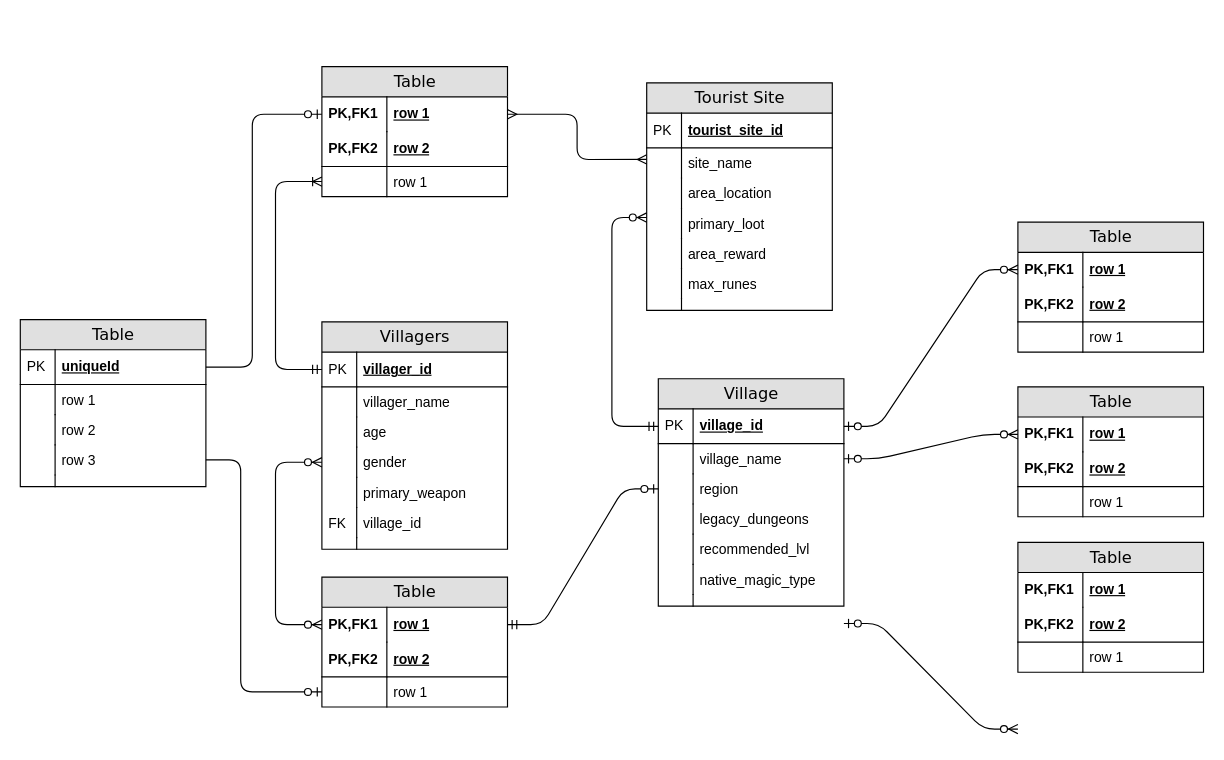
patrickabrena/sql-assignment-3 keeps this draw.io diagram as ELDEN RING ERD.drawio. Above is the earlier version. Source tidied: cells renumbered, new cells numbered last; positions are measured from the earlier drawing's top-left corner, leaving out a move shared by most shapes. Both pictures are drawn from the tidied source at 116%, with x=0, y=0 at pixel (20, 66).
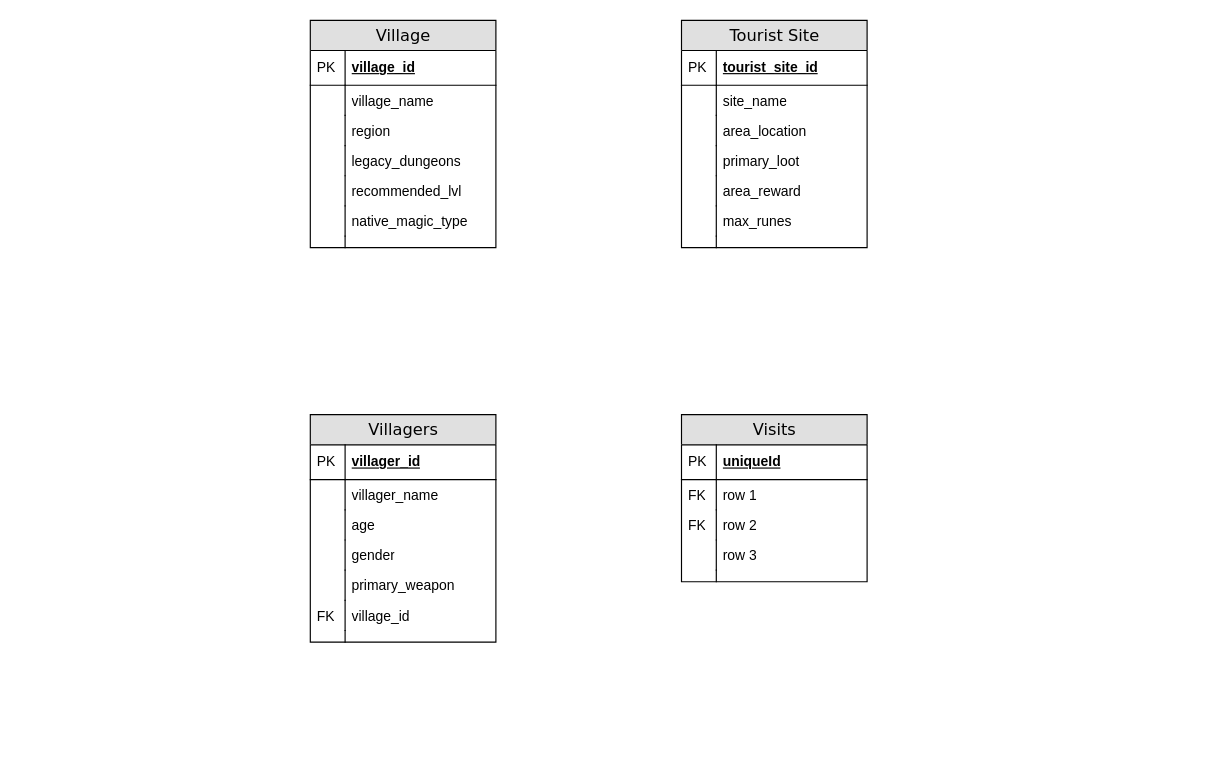
The same page after the edit.

Commit message:
remove the clutter and narrow down to 4 tables

Unchanged cells that the change refers to:
```xml
<mxCell id="12" value="site_name" style="shape=partialRectangle;top=0;left=0;right=0;bottom=0;html=1;align=left;verticalAlign=top;fillColor=none;spacingLeft=34;spacingRight=4;whiteSpace=wrap;overflow=hidden;points=[[0,0.5],[1,0.5]];portConstraint=eastwest;" parent="9" vertex="1">
  <mxGeometry y="56" width="160" height="26" as="geometry" />
</mxCell>
<mxCell id="16" value="primary_loot" style="shape=partialRectangle;top=0;left=0;right=0;bottom=0;html=1;align=left;verticalAlign=top;fillColor=none;spacingLeft=34;spacingRight=4;whiteSpace=wrap;overflow=hidden;points=[[0,0.5],[1,0.5]];portConstraint=eastwest;" parent="9" vertex="1">
  <mxGeometry y="108" width="160" height="26" as="geometry" />
</mxCell>
<mxCell id="25" value="villager_id" style="shape=partialRectangle;top=0;left=0;right=0;bottom=1;html=1;align=left;verticalAlign=middle;fillColor=none;spacingLeft=34;spacingRight=4;whiteSpace=wrap;overflow=hidden;points=[[0,0.5],[1,0.5]];portConstraint=eastwest;fontStyle=5;" parent="24" vertex="1">
  <mxGeometry y="26" width="160" height="30" as="geometry" />
</mxCell>
<mxCell id="31" value="gender" style="shape=partialRectangle;top=0;left=0;right=0;bottom=0;html=1;align=left;verticalAlign=top;fillColor=none;spacingLeft=34;spacingRight=4;whiteSpace=wrap;overflow=hidden;points=[[0,0.5],[1,0.5]];portConstraint=eastwest;" parent="24" vertex="1">
  <mxGeometry y="108" width="160" height="26" as="geometry" />
</mxCell>
<mxCell id="40" value="village_id" style="shape=partialRectangle;top=0;left=0;right=0;bottom=1;html=1;align=left;verticalAlign=middle;fillColor=none;spacingLeft=34;spacingRight=4;whiteSpace=wrap;overflow=hidden;points=[[0,0.5],[1,0.5]];portConstraint=eastwest;fontStyle=5;" parent="39" vertex="1">
  <mxGeometry y="26" width="160" height="30" as="geometry" />
</mxCell>
<mxCell id="42" value="village_name" style="shape=partialRectangle;top=0;left=0;right=0;bottom=0;html=1;align=left;verticalAlign=top;fillColor=none;spacingLeft=34;spacingRight=4;whiteSpace=wrap;overflow=hidden;points=[[0,0.5],[1,0.5]];portConstraint=eastwest;" parent="39" vertex="1">
  <mxGeometry y="56" width="160" height="26" as="geometry" />
</mxCell>
<mxCell id="44" value="region" style="shape=partialRectangle;top=0;left=0;right=0;bottom=0;html=1;align=left;verticalAlign=top;fillColor=none;spacingLeft=34;spacingRight=4;whiteSpace=wrap;overflow=hidden;points=[[0,0.5],[1,0.5]];portConstraint=eastwest;" parent="39" vertex="1">
  <mxGeometry y="82" width="160" height="26" as="geometry" />
</mxCell>
<mxCell id="91" value="uniqueId" style="shape=partialRectangle;top=0;left=0;right=0;bottom=1;html=1;align=left;verticalAlign=middle;fillColor=none;spacingLeft=34;spacingRight=4;whiteSpace=wrap;overflow=hidden;points=[[0,0.5],[1,0.5]];portConstraint=eastwest;fontStyle=5;" parent="90" vertex="1">
  <mxGeometry y="26" width="160" height="30" as="geometry" />
</mxCell>
<mxCell id="93" value="row 1" style="shape=partialRectangle;top=0;left=0;right=0;bottom=0;html=1;align=left;verticalAlign=top;fillColor=none;spacingLeft=34;spacingRight=4;whiteSpace=wrap;overflow=hidden;" parent="90" vertex="1">
  <mxGeometry y="56" width="160" height="26" as="geometry" />
</mxCell>
<mxCell id="95" value="row 2" style="shape=partialRectangle;top=0;left=0;right=0;bottom=0;html=1;align=left;verticalAlign=top;fillColor=none;spacingLeft=34;spacingRight=4;whiteSpace=wrap;overflow=hidden;" parent="90" vertex="1">
  <mxGeometry y="82" width="160" height="26" as="geometry" />
</mxCell>
<mxCell id="97" value="row 3" style="shape=partialRectangle;top=0;left=0;right=0;bottom=0;html=1;align=left;verticalAlign=top;fillColor=none;spacingLeft=34;spacingRight=4;whiteSpace=wrap;overflow=hidden;points=[[0,0.5],[1,0.5]];portConstraint=eastwest;" parent="90" vertex="1">
  <mxGeometry y="108" width="160" height="26" as="geometry" />
</mxCell>
```

Diff of the diagram source:
```diff
@@
-    <mxCell id="2" value="Table" style="swimlane;html=1;fontStyle=0;horizontal=1;startSize=26;fillColor=#e0e0e0;swimlaneFillColor=#ffffff;align=center;rounded=0;shadow=0;comic=0;labelBackgroundColor=none;strokeWidth=1;fontFamily=Verdana;fontSize=14;" parent="1" vertex="1">
-      <mxGeometry x="260" width="160" height="112" as="geometry" />
-    </mxCell>
-    <mxCell id="3" value="row 1" style="shape=partialRectangle;top=0;left=0;right=0;bottom=0;html=1;align=left;verticalAlign=middle;fillColor=none;spacingLeft=60;spacingRight=4;whiteSpace=wrap;overflow=hidden;points=[[0,0.5],[1,0.5]];portConstraint=eastwest;fontStyle=5;" parent="2" vertex="1">
-      <mxGeometry y="26" width="160" height="30" as="geometry" />
-    </mxCell>
-    <mxCell id="4" value="PK,FK1" style="shape=partialRectangle;fontStyle=1;top=0;left=0;bottom=0;html=1;fillColor=none;align=left;verticalAlign=middle;spacingLeft=4;spacingRight=4;whiteSpace=wrap;overflow=hidden;" parent="3" vertex="1">
-      <mxGeometry width="56" height="30" as="geometry" />
-    </mxCell>
-    <mxCell id="5" value="row 2" style="shape=partialRectangle;top=0;left=0;right=0;bottom=1;html=1;align=left;verticalAlign=middle;fillColor=none;spacingLeft=60;spacingRight=4;whiteSpace=wrap;overflow=hidden;fontStyle=5;" parent="2" vertex="1">
-      <mxGeometry y="56" width="160" height="30" as="geometry" />
-    </mxCell>
-    <mxCell id="6" value="PK,FK2" style="shape=partialRectangle;fontStyle=1;top=0;left=0;bottom=0;html=1;fillColor=none;align=left;verticalAlign=middle;spacingLeft=4;spacingRight=4;whiteSpace=wrap;overflow=hidden;" parent="5" vertex="1">
-      <mxGeometry width="56" height="30" as="geometry" />
-    </mxCell>
-    <mxCell id="7" value="row 1" style="shape=partialRectangle;top=0;left=0;right=0;bottom=0;html=1;align=left;verticalAlign=top;fillColor=none;spacingLeft=60;spacingRight=4;whiteSpace=wrap;overflow=hidden;points=[[0,0.5],[1,0.5]];portConstraint=eastwest;" parent="2" vertex="1">
-      <mxGeometry y="86" width="160" height="26" as="geometry" />
-    </mxCell>
-    <mxCell id="8" style="shape=partialRectangle;top=0;left=0;bottom=0;html=1;fillColor=none;align=left;verticalAlign=top;spacingLeft=4;spacingRight=4;whiteSpace=wrap;overflow=hidden;" parent="7" vertex="1">
-      <mxGeometry width="56" height="26" as="geometry" />
-    </mxCell>
     <mxCell id="9" value="Tourist Site" style="swimlane;html=1;fontStyle=0;horizontal=1;startSize=26;fillColor=#e0e0e0;swimlaneFillColor=#ffffff;align=center;rounded=0;shadow=0;comic=0;labelBackgroundColor=none;strokeWidth=1;fontFamily=Verdana;fontSize=14;swimlaneLine=1;" parent="1" vertex="1">
-      <mxGeometry x="540" y="14" width="160" height="196" as="geometry" />
+      <mxGeometry x="570" y="-40" width="160" height="196" as="geometry" />
     </mxCell>
@@
     <mxCell id="24" value="Villagers" style="swimlane;html=1;fontStyle=0;horizontal=1;startSize=26;fillColor=#e0e0e0;swimlaneFillColor=#ffffff;align=center;rounded=0;shadow=0;comic=0;labelBackgroundColor=none;strokeWidth=1;fontFamily=Verdana;fontSize=14;" parent="1" vertex="1">
-      <mxGeometry x="260" y="220" width="160" height="196" as="geometry" />
+      <mxGeometry x="250" y="300" width="160" height="196" as="geometry" />
     </mxCell>
@@
     <mxCell id="39" value="Village" style="swimlane;html=1;fontStyle=0;horizontal=1;startSize=26;fillColor=#e0e0e0;swimlaneFillColor=#ffffff;align=center;rounded=0;shadow=0;comic=0;labelBackgroundColor=none;strokeWidth=1;fontFamily=Verdana;fontSize=14;" parent="1" vertex="1">
-      <mxGeometry x="550" y="269" width="160" height="196" as="geometry" />
+      <mxGeometry x="250" y="-40" width="160" height="196" as="geometry" />
     </mxCell>
@@
-    <mxCell id="54" value="Table" style="swimlane;html=1;fontStyle=0;horizontal=1;startSize=26;fillColor=#e0e0e0;swimlaneFillColor=#ffffff;align=center;rounded=0;shadow=0;comic=0;labelBackgroundColor=none;strokeWidth=1;fontFamily=Verdana;fontSize=14;" parent="1" vertex="1">
-      <mxGeometry x="860" y="134" width="160" height="112" as="geometry" />
-    </mxCell>
-    <mxCell id="55" value="row 1" style="shape=partialRectangle;top=0;left=0;right=0;bottom=0;html=1;align=left;verticalAlign=middle;fillColor=none;spacingLeft=60;spacingRight=4;whiteSpace=wrap;overflow=hidden;points=[[0,0.5],[1,0.5]];portConstraint=eastwest;fontStyle=5;" parent="54" vertex="1">
-      <mxGeometry y="26" width="160" height="30" as="geometry" />
-    </mxCell>
-    <mxCell id="56" value="PK,FK1" style="shape=partialRectangle;fontStyle=1;top=0;left=0;bottom=0;html=1;fillColor=none;align=left;verticalAlign=middle;spacingLeft=4;spacingRight=4;whiteSpace=wrap;overflow=hidden;" parent="55" vertex="1">
-      <mxGeometry width="56" height="30" as="geometry" />
-    </mxCell>
-    <mxCell id="57" value="row 2" style="shape=partialRectangle;top=0;left=0;right=0;bottom=1;html=1;align=left;verticalAlign=middle;fillColor=none;spacingLeft=60;spacingRight=4;whiteSpace=wrap;overflow=hidden;fontStyle=5;" parent="54" vertex="1">
-      <mxGeometry y="56" width="160" height="30" as="geometry" />
-    </mxCell>
-    <mxCell id="58" value="PK,FK2" style="shape=partialRectangle;fontStyle=1;top=0;left=0;bottom=0;html=1;fillColor=none;align=left;verticalAlign=middle;spacingLeft=4;spacingRight=4;whiteSpace=wrap;overflow=hidden;" parent="57" vertex="1">
-      <mxGeometry width="56" height="30" as="geometry" />
-    </mxCell>
-    <mxCell id="59" value="row 1" style="shape=partialRectangle;top=0;left=0;right=0;bottom=0;html=1;align=left;verticalAlign=top;fillColor=none;spacingLeft=60;spacingRight=4;whiteSpace=wrap;overflow=hidden;" parent="54" vertex="1">
-      <mxGeometry y="86" width="160" height="26" as="geometry" />
-    </mxCell>
-    <mxCell id="60" style="shape=partialRectangle;top=0;left=0;bottom=0;html=1;fillColor=none;align=left;verticalAlign=top;spacingLeft=4;spacingRight=4;whiteSpace=wrap;overflow=hidden;" parent="59" vertex="1">
-      <mxGeometry width="56" height="26" as="geometry" />
-    </mxCell>
-    <mxCell id="61" value="Table" style="swimlane;html=1;fontStyle=0;horizontal=1;startSize=26;fillColor=#e0e0e0;swimlaneFillColor=#ffffff;align=center;rounded=0;shadow=0;comic=0;labelBackgroundColor=none;strokeWidth=1;fontFamily=Verdana;fontSize=14;" parent="1" vertex="1">
-      <mxGeometry x="260" y="440" width="160" height="112" as="geometry" />
-    </mxCell>
-    <mxCell id="62" value="row 1" style="shape=partialRectangle;top=0;left=0;right=0;bottom=0;html=1;align=left;verticalAlign=middle;fillColor=none;spacingLeft=60;spacingRight=4;whiteSpace=wrap;overflow=hidden;points=[[0,0.5],[1,0.5]];portConstraint=eastwest;fontStyle=5;" parent="61" vertex="1">
-      <mxGeometry y="26" width="160" height="30" as="geometry" />
-    </mxCell>
-    <mxCell id="63" value="PK,FK1" style="shape=partialRectangle;fontStyle=1;top=0;left=0;bottom=0;html=1;fillColor=none;align=left;verticalAlign=middle;spacingLeft=4;spacingRight=4;whiteSpace=wrap;overflow=hidden;" parent="62" vertex="1">
-      <mxGeometry width="56" height="30" as="geometry" />
-    </mxCell>
-    <mxCell id="64" value="row 2" style="shape=partialRectangle;top=0;left=0;right=0;bottom=1;html=1;align=left;verticalAlign=middle;fillColor=none;spacingLeft=60;spacingRight=4;whiteSpace=wrap;overflow=hidden;fontStyle=5;" parent="61" vertex="1">
-      <mxGeometry y="56" width="160" height="30" as="geometry" />
-    </mxCell>
-    <mxCell id="65" value="PK,FK2" style="shape=partialRectangle;fontStyle=1;top=0;left=0;bottom=0;html=1;fillColor=none;align=left;verticalAlign=middle;spacingLeft=4;spacingRight=4;whiteSpace=wrap;overflow=hidden;" parent="64" vertex="1">
-      <mxGeometry width="56" height="30" as="geometry" />
-    </mxCell>
-    <mxCell id="66" value="row 1" style="shape=partialRectangle;top=0;left=0;right=0;bottom=0;html=1;align=left;verticalAlign=top;fillColor=none;spacingLeft=60;spacingRight=4;whiteSpace=wrap;overflow=hidden;points=[[0,0.5],[1,0.5]];portConstraint=eastwest;" parent="61" vertex="1">
-      <mxGeometry y="86" width="160" height="26" as="geometry" />
-    </mxCell>
-    <mxCell id="67" style="shape=partialRectangle;top=0;left=0;bottom=0;html=1;fillColor=none;align=left;verticalAlign=top;spacingLeft=4;spacingRight=4;whiteSpace=wrap;overflow=hidden;" parent="66" vertex="1">
-      <mxGeometry width="56" height="26" as="geometry" />
-    </mxCell>
-    <mxCell id="68" style="edgeStyle=orthogonalEdgeStyle;html=1;endArrow=ERoneToMany;startArrow=ERmandOne;labelBackgroundColor=none;fontFamily=Verdana;fontSize=14;entryX=0;entryY=0.5;exitX=0;exitY=0.5;" parent="1" edge="1" source="25" target="7">
-      <mxGeometry relative="1" as="geometry">
-        <Array as="points">
-          <mxPoint x="220" y="261" />
-          <mxPoint x="220" y="99" />
-        </Array>
-      </mxGeometry>
-    </mxCell>
-    <mxCell id="69" style="edgeStyle=orthogonalEdgeStyle;html=1;endArrow=ERzeroToMany;endFill=1;startArrow=ERzeroToMany;labelBackgroundColor=none;fontFamily=Verdana;fontSize=14;entryX=0;entryY=0.5;exitX=0;exitY=0.5;" parent="1" edge="1" source="62" target="31">
-      <mxGeometry relative="1" as="geometry">
-        <Array as="points">
-          <mxPoint x="220" y="481" />
-          <mxPoint x="220" y="341" />
-        </Array>
-      </mxGeometry>
-    </mxCell>
-    <mxCell id="70" style="edgeStyle=orthogonalEdgeStyle;html=1;endArrow=ERmany;startArrow=ERmany;labelBackgroundColor=none;fontFamily=Verdana;fontSize=14;entryX=1;entryY=0.5;exitX=0;exitY=0.383;exitPerimeter=0;" parent="1" edge="1" source="12" target="3">
-      <mxGeometry relative="1" as="geometry">
-        <Array as="points">
-          <mxPoint x="480" y="80" />
-          <mxPoint x="480" y="41" />
-        </Array>
-      </mxGeometry>
-    </mxCell>
-    <mxCell id="71" style="edgeStyle=orthogonalEdgeStyle;html=1;endArrow=ERzeroToMany;startArrow=ERmandOne;labelBackgroundColor=none;fontFamily=Verdana;fontSize=14;entryX=0;entryY=0.308;entryPerimeter=0;exitX=0;exitY=0.5;" parent="1" edge="1" source="40" target="16">
-      <mxGeometry relative="1" as="geometry">
-        <Array as="points">
-          <mxPoint x="510" y="310" />
-          <mxPoint x="510" y="130" />
-        </Array>
-      </mxGeometry>
-    </mxCell>
-    <mxCell id="72" style="edgeStyle=entityRelationEdgeStyle;html=1;endArrow=ERzeroToOne;startArrow=ERmandOne;labelBackgroundColor=none;fontFamily=Verdana;fontSize=14;exitX=1;exitY=0.5;entryX=0;entryY=0.5;" parent="1" edge="1" source="62" target="44">
-      <mxGeometry relative="1" as="geometry" />
-    </mxCell>
-    <mxCell id="73" style="edgeStyle=entityRelationEdgeStyle;html=1;endArrow=ERzeroToMany;startArrow=ERzeroToOne;labelBackgroundColor=none;fontFamily=Verdana;fontSize=14;entryX=0;entryY=0.5;exitX=1;exitY=0.5;" parent="1" edge="1" source="40" target="55">
-      <mxGeometry relative="1" as="geometry" />
-    </mxCell>
-    <mxCell id="74" value="Table" style="swimlane;html=1;fontStyle=0;horizontal=1;startSize=26;fillColor=#e0e0e0;swimlaneFillColor=#ffffff;align=center;rounded=0;shadow=0;comic=0;labelBackgroundColor=none;strokeWidth=1;fontFamily=Verdana;fontSize=14;" parent="1" vertex="1">
-      <mxGeometry x="860" y="276" width="160" height="112" as="geometry" />
-    </mxCell>
-    <mxCell id="75" value="row 1" style="shape=partialRectangle;top=0;left=0;right=0;bottom=0;html=1;align=left;verticalAlign=middle;fillColor=none;spacingLeft=60;spacingRight=4;whiteSpace=wrap;overflow=hidden;points=[[0,0.5],[1,0.5]];portConstraint=eastwest;fontStyle=5;" parent="74" vertex="1">
-      <mxGeometry y="26" width="160" height="30" as="geometry" />
-    </mxCell>
-    <mxCell id="76" value="PK,FK1" style="shape=partialRectangle;fontStyle=1;top=0;left=0;bottom=0;html=1;fillColor=none;align=left;verticalAlign=middle;spacingLeft=4;spacingRight=4;whiteSpace=wrap;overflow=hidden;" parent="75" vertex="1">
-      <mxGeometry width="56" height="30" as="geometry" />
-    </mxCell>
-    <mxCell id="77" value="row 2" style="shape=partialRectangle;top=0;left=0;right=0;bottom=1;html=1;align=left;verticalAlign=middle;fillColor=none;spacingLeft=60;spacingRight=4;whiteSpace=wrap;overflow=hidden;fontStyle=5;" parent="74" vertex="1">
-      <mxGeometry y="56" width="160" height="30" as="geometry" />
-    </mxCell>
-    <mxCell id="78" value="PK,FK2" style="shape=partialRectangle;fontStyle=1;top=0;left=0;bottom=0;html=1;fillColor=none;align=left;verticalAlign=middle;spacingLeft=4;spacingRight=4;whiteSpace=wrap;overflow=hidden;" parent="77" vertex="1">
-      <mxGeometry width="56" height="30" as="geometry" />
-    </mxCell>
-    <mxCell id="79" value="row 1" style="shape=partialRectangle;top=0;left=0;right=0;bottom=0;html=1;align=left;verticalAlign=top;fillColor=none;spacingLeft=60;spacingRight=4;whiteSpace=wrap;overflow=hidden;" parent="74" vertex="1">
-      <mxGeometry y="86" width="160" height="26" as="geometry" />
-    </mxCell>
-    <mxCell id="80" style="shape=partialRectangle;top=0;left=0;bottom=0;html=1;fillColor=none;align=left;verticalAlign=top;spacingLeft=4;spacingRight=4;whiteSpace=wrap;overflow=hidden;" parent="79" vertex="1">
-      <mxGeometry width="56" height="26" as="geometry" />
-    </mxCell>
-    <mxCell id="81" value="Table" style="swimlane;html=1;fontStyle=0;horizontal=1;startSize=26;fillColor=#e0e0e0;swimlaneFillColor=#ffffff;align=center;rounded=0;shadow=0;comic=0;labelBackgroundColor=none;strokeWidth=1;fontFamily=Verdana;fontSize=14;" parent="1" vertex="1">
-      <mxGeometry x="860" y="410" width="160" height="112" as="geometry" />
-    </mxCell>
-    <mxCell id="82" value="row 1" style="shape=partialRectangle;top=0;left=0;right=0;bottom=0;html=1;align=left;verticalAlign=middle;fillColor=none;spacingLeft=60;spacingRight=4;whiteSpace=wrap;overflow=hidden;fontStyle=5;" parent="81" vertex="1">
-      <mxGeometry y="26" width="160" height="30" as="geometry" />
-    </mxCell>
-    <mxCell id="83" value="PK,FK1" style="shape=partialRectangle;fontStyle=1;top=0;left=0;bottom=0;html=1;fillColor=none;align=left;verticalAlign=middle;spacingLeft=4;spacingRight=4;whiteSpace=wrap;overflow=hidden;" parent="82" vertex="1">
-      <mxGeometry width="56" height="30" as="geometry" />
-    </mxCell>
-    <mxCell id="84" value="row 2" style="shape=partialRectangle;top=0;left=0;right=0;bottom=1;html=1;align=left;verticalAlign=middle;fillColor=none;spacingLeft=60;spacingRight=4;whiteSpace=wrap;overflow=hidden;fontStyle=5;" parent="81" vertex="1">
-      <mxGeometry y="56" width="160" height="30" as="geometry" />
-    </mxCell>
-    <mxCell id="85" value="PK,FK2" style="shape=partialRectangle;fontStyle=1;top=0;left=0;bottom=0;html=1;fillColor=none;align=left;verticalAlign=middle;spacingLeft=4;spacingRight=4;whiteSpace=wrap;overflow=hidden;" parent="84" vertex="1">
-      <mxGeometry width="56" height="30" as="geometry" />
-    </mxCell>
-    <mxCell id="86" value="row 1" style="shape=partialRectangle;top=0;left=0;right=0;bottom=0;html=1;align=left;verticalAlign=top;fillColor=none;spacingLeft=60;spacingRight=4;whiteSpace=wrap;overflow=hidden;" parent="81" vertex="1">
-      <mxGeometry y="86" width="160" height="26" as="geometry" />
-    </mxCell>
-    <mxCell id="87" style="shape=partialRectangle;top=0;left=0;bottom=0;html=1;fillColor=none;align=left;verticalAlign=top;spacingLeft=4;spacingRight=4;whiteSpace=wrap;overflow=hidden;" parent="86" vertex="1">
-      <mxGeometry width="56" height="26" as="geometry" />
-    </mxCell>
-    <mxCell id="88" style="edgeStyle=entityRelationEdgeStyle;html=1;endArrow=ERzeroToMany;startArrow=ERzeroToOne;labelBackgroundColor=none;fontFamily=Verdana;fontSize=14;entryX=0;entryY=0.5;exitX=1;exitY=0.5;" parent="1" edge="1" source="42" target="75">
-      <mxGeometry relative="1" as="geometry" />
-    </mxCell>
-    <mxCell id="89" style="edgeStyle=entityRelationEdgeStyle;html=1;endArrow=ERzeroToMany;startArrow=ERzeroToOne;labelBackgroundColor=none;fontFamily=Verdana;fontSize=14;entryX=0;entryY=0.5;exitX=1;exitY=0.5;" parent="1" edge="1">
-      <mxGeometry relative="1" as="geometry">
-        <mxPoint x="710" y="480" as="sourcePoint" />
-        <mxPoint x="860" y="571" as="targetPoint" />
-      </mxGeometry>
-    </mxCell>
-    <mxCell id="90" value="Table" style="swimlane;html=1;fontStyle=0;horizontal=1;startSize=26;fillColor=#e0e0e0;swimlaneFillColor=#ffffff;align=center;rounded=0;shadow=0;comic=0;labelBackgroundColor=none;strokeWidth=1;fontFamily=Verdana;fontSize=14;" parent="1" vertex="1">
-      <mxGeometry y="218" width="160" height="144" as="geometry" />
+    <mxCell id="90" value="Visits" style="swimlane;html=1;fontStyle=0;horizontal=1;startSize=26;fillColor=#e0e0e0;swimlaneFillColor=#ffffff;align=center;rounded=0;shadow=0;comic=0;labelBackgroundColor=none;strokeWidth=1;fontFamily=Verdana;fontSize=14;" parent="1" vertex="1">
+      <mxGeometry x="570" y="300" width="160" height="144" as="geometry" />
     </mxCell>
@@
-    <mxCell id="94" style="shape=partialRectangle;top=0;left=0;bottom=0;html=1;fillColor=none;align=left;verticalAlign=top;spacingLeft=4;spacingRight=4;whiteSpace=wrap;overflow=hidden;" parent="93" vertex="1">
+    <mxCell id="94" value="FK" style="shape=partialRectangle;top=0;left=0;bottom=0;html=1;fillColor=none;align=left;verticalAlign=top;spacingLeft=4;spacingRight=4;whiteSpace=wrap;overflow=hidden;" parent="93" vertex="1">
       <mxGeometry width="30" height="26" as="geometry" />
     </mxCell>
@@
-    <mxCell id="96" style="shape=partialRectangle;top=0;left=0;bottom=0;html=1;fillColor=none;align=left;verticalAlign=top;spacingLeft=4;spacingRight=4;whiteSpace=wrap;overflow=hidden;" parent="95" vertex="1">
+    <mxCell id="96" value="FK" style="shape=partialRectangle;top=0;left=0;bottom=0;html=1;fillColor=none;align=left;verticalAlign=top;spacingLeft=4;spacingRight=4;whiteSpace=wrap;overflow=hidden;" parent="95" vertex="1">
       <mxGeometry width="30" height="26" as="geometry" />
     </mxCell>
@@
-    <mxCell id="101" style="edgeStyle=orthogonalEdgeStyle;html=1;endArrow=ERzeroToOne;endFill=1;labelBackgroundColor=none;fontFamily=Verdana;fontSize=14;entryX=0;entryY=0.5;exitX=1;exitY=0.5;" parent="1" edge="1" source="91" target="3">
-      <mxGeometry relative="1" as="geometry">
-        <Array as="points">
-          <mxPoint x="200" y="259" />
-          <mxPoint x="200" y="41" />
-        </Array>
-      </mxGeometry>
-    </mxCell>
-    <mxCell id="102" style="edgeStyle=orthogonalEdgeStyle;html=1;endArrow=ERzeroToOne;endFill=1;labelBackgroundColor=none;fontFamily=Verdana;fontSize=14;entryX=0;entryY=0.5;exitX=1;exitY=0.5;" parent="1" edge="1" source="97" target="66">
-      <mxGeometry relative="1" as="geometry">
-        <Array as="points">
-          <mxPoint x="190" y="339" />
-          <mxPoint x="190" y="539" />
-        </Array>
-      </mxGeometry>
-    </mxCell>
```
